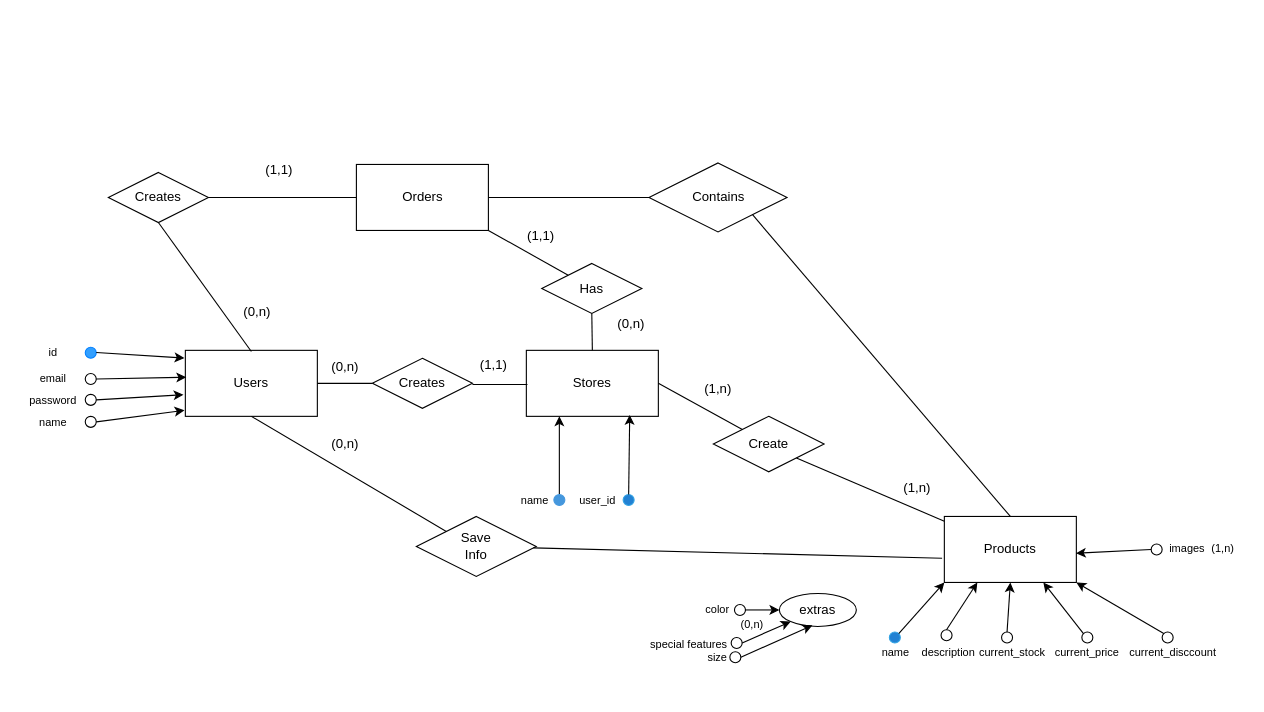
This is Diseño coonceptual Ecommerce.drawio from calamoazul/diagramas-base-datos, a draw.io file, before an edit. Source tidied: cells renumbered, new cells numbered last; positions are measured from the earlier drawing's top-left corner, leaving out a move shared by most shapes. Both pictures are drawn from the tidied source at 110%, with x=0, y=0 at pixel (31, 153).
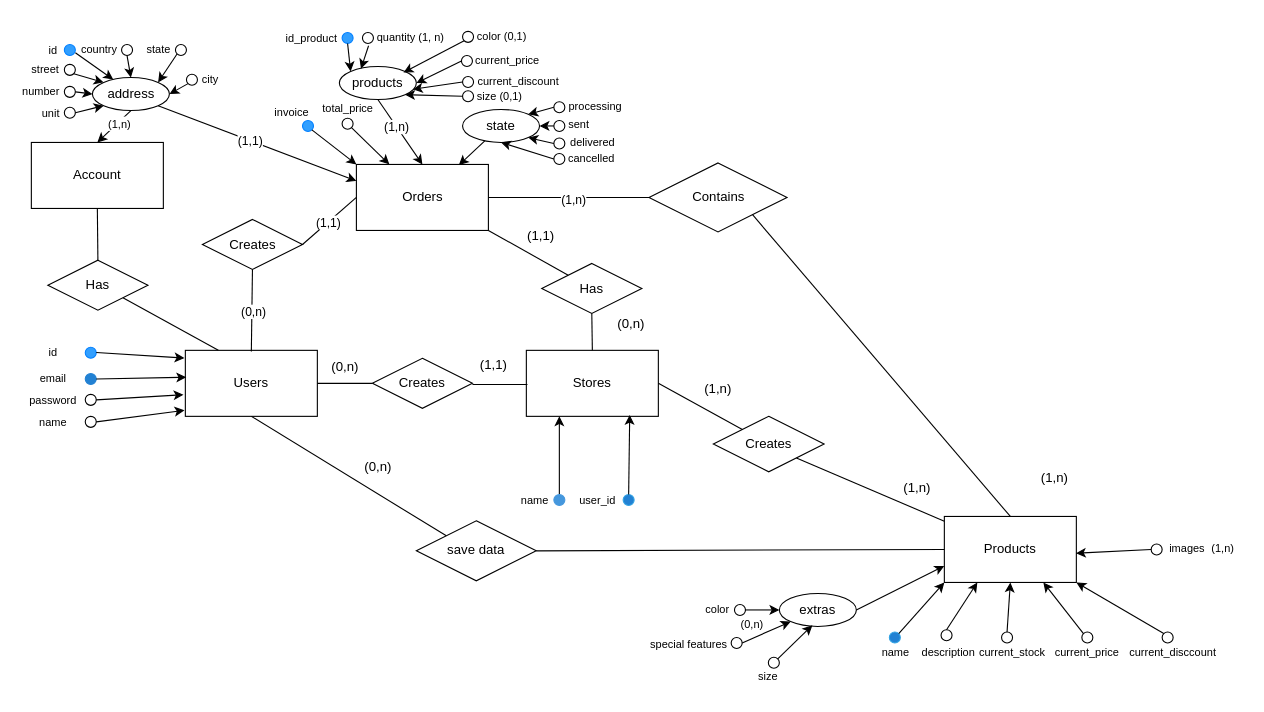
Above is the later version.

The change refers to these unchanged cells:
```xml
<mxCell id="2" value="Users" style="rounded=0;whiteSpace=wrap;html=1;" parent="1" vertex="1">
  <mxGeometry x="140" y="179" width="120" height="60" as="geometry" />
</mxCell>
<mxCell id="13" value="Products" style="rounded=0;whiteSpace=wrap;html=1;" parent="1" vertex="1">
  <mxGeometry x="830" y="330" width="120" height="60" as="geometry" />
</mxCell>
<mxCell id="33" value="Orders" style="rounded=0;whiteSpace=wrap;html=1;" parent="1" vertex="1">
  <mxGeometry x="295.5" y="10" width="120" height="60" as="geometry" />
</mxCell>
<mxCell id="35" style="endArrow=none;html=1;rounded=0;entryX=0;entryY=0.5;entryDx=0;entryDy=0;" parent="1" edge="1" target="34">
  <mxGeometry relative="1" as="geometry">
    <mxPoint x="415.5" y="40" as="sourcePoint" />
  </mxGeometry>
</mxCell>
<mxCell id="40" style="endArrow=none;html=1;rounded=0;entryX=0.5;entryY=1;entryDx=0;entryDy=0;" parent="1" edge="1" target="39">
  <mxGeometry relative="1" as="geometry">
    <mxPoint x="200" y="180" as="sourcePoint" />
  </mxGeometry>
</mxCell>
<mxCell id="41" style="endArrow=none;html=1;rounded=0;exitX=1;exitY=0.5;exitDx=0;exitDy=0;" parent="1" edge="1" source="39">
  <mxGeometry relative="1" as="geometry">
    <mxPoint x="295.5" y="40" as="targetPoint" />
  </mxGeometry>
</mxCell>
<mxCell id="64" value="extras" style="ellipse;whiteSpace=wrap;html=1;" parent="1" vertex="1">
  <mxGeometry x="680" y="400" width="70" height="30" as="geometry" />
</mxCell>
```

What changed in the source:
```diff
@@
-    <mxCell id="3" style="ellipse;whiteSpace=wrap;html=1;" parent="1" vertex="1">
+    <mxCell id="3" style="ellipse;whiteSpace=wrap;html=1;strokeColor=#2281d3;fillColor=#2281d3;" parent="1" vertex="1">
       <mxGeometry x="49" y="200" width="10" height="10" as="geometry" />
     </mxCell>
@@
-    <mxCell id="22" value="Create" style="rhombus;whiteSpace=wrap;html=1;" parent="1" vertex="1">
+    <mxCell id="22" value="Creates" style="rhombus;whiteSpace=wrap;html=1;" parent="1" vertex="1">
       <mxGeometry x="620" y="239" width="100.7" height="50.4" as="geometry" />
     </mxCell>
@@
-    <mxCell id="30" value="Save&lt;div&gt;Info&lt;/div&gt;" style="rhombus;whiteSpace=wrap;html=1;" parent="1" vertex="1">
-      <mxGeometry x="350" y="330" width="109" height="54.5" as="geometry" />
+    <mxCell id="30" value="&lt;div style=&quot;&quot;&gt;&lt;font style=&quot;font-size: 12px;&quot;&gt;save data&lt;/font&gt;&lt;/div&gt;" style="rhombus;whiteSpace=wrap;html=1;" parent="1" vertex="1">
+      <mxGeometry x="350" y="334" width="109" height="54.5" as="geometry" />
     </mxCell>
-    <mxCell id="31" style="endArrow=none;html=1;rounded=0;exitX=0;exitY=0;exitDx=0;exitDy=0;entryX=0.5;entryY=1;entryDx=0;entryDy=0;" parent="1" edge="1" source="30" target="2">
+    <mxCell id="31" style="endArrow=none;html=1;rounded=0;entryX=0.5;entryY=1;entryDx=0;entryDy=0;exitX=0;exitY=0;exitDx=0;exitDy=0;" parent="1" edge="1" source="30" target="2">
       <mxGeometry relative="1" as="geometry" />
     </mxCell>
-    <mxCell id="32" style="endArrow=none;html=1;rounded=0;entryX=-0.017;entryY=0.633;entryDx=0;entryDy=0;entryPerimeter=0;" parent="1" edge="1" source="30" target="13">
+    <mxCell id="32" style="endArrow=none;html=1;rounded=0;entryX=0;entryY=0.5;entryDx=0;entryDy=0;exitX=1;exitY=0.5;exitDx=0;exitDy=0;" parent="1" edge="1" source="30" target="13">
       <mxGeometry relative="1" as="geometry" />
     </mxCell>
@@
+    <mxCell id="81" value="(1,n)" style="edgeLabel;html=1;align=center;verticalAlign=middle;" parent="35" vertex="1">
+      <mxGeometry x="0.05" y="-1" relative="1" as="geometry" />
+    </mxCell>
@@
     <mxCell id="39" value="Creates" style="rhombus;whiteSpace=wrap;html=1;" parent="1" vertex="1">
-      <mxGeometry x="70" y="17.3" width="91" height="45.5" as="geometry" />
+      <mxGeometry x="155.5" y="60" width="91" height="45.5" as="geometry" />
     </mxCell>
@@
+    <mxCell id="42" value="(0,n)" style="edgeLabel;html=1;align=center;verticalAlign=middle;" parent="40" vertex="1">
+      <mxGeometry y="-1" relative="1" as="geometry" />
+    </mxCell>
@@
-    <mxCell id="42" value="(0,n)" style="text;html=1;align=center;verticalAlign=middle;strokeColor=none;fillColor=none;" parent="1" vertex="1">
-      <mxGeometry x="180" y="129" width="50" height="30" as="geometry" />
-    </mxCell>
-    <mxCell id="43" value="(1,1)" style="text;html=1;align=center;verticalAlign=middle;strokeColor=none;fillColor=none;" parent="1" vertex="1">
-      <mxGeometry x="200" width="50" height="30" as="geometry" />
-    </mxCell>
+    <mxCell id="82" value="(1,1)" style="edgeLabel;html=1;align=center;verticalAlign=middle;" parent="41" vertex="1">
+      <mxGeometry x="-0.04" relative="1" as="geometry" />
+    </mxCell>
@@
     <mxCell id="60" value="(0,n)" style="text;html=1;align=center;verticalAlign=middle;strokeColor=none;fillColor=none;" parent="1" vertex="1">
-      <mxGeometry x="260" y="249" width="50" height="30" as="geometry" />
+      <mxGeometry x="290" y="270" width="50" height="30" as="geometry" />
     </mxCell>
@@
     <mxCell id="67" value="&lt;p style=&quot;line-height: 110%; font-size: 10px;&quot;&gt;size&lt;/p&gt;" style="text;html=1;align=center;verticalAlign=middle;whiteSpace=wrap;rounded=0;" parent="1" vertex="1">
-      <mxGeometry x="604.2" y="453" width="40" height="10" as="geometry" />
+      <mxGeometry x="650" y="470" width="40" height="10" as="geometry" />
     </mxCell>
@@
     <mxCell id="70" style="ellipse;whiteSpace=wrap;html=1;fillColor=none;strokeColor=#000000;" parent="1" vertex="1">
-      <mxGeometry x="635" y="453" width="10" height="10" as="geometry" />
+      <mxGeometry x="670" y="458" width="10" height="10" as="geometry" />
     </mxCell>
@@
-    <mxCell id="73" style="endArrow=classic;html=1;rounded=0;exitX=1;exitY=0.5;exitDx=0;exitDy=0;" parent="1" edge="1" source="70">
+    <mxCell id="73" style="endArrow=classic;html=1;rounded=0;exitX=1;exitY=0;exitDx=0;exitDy=0;" parent="1" edge="1" source="70">
       <mxGeometry relative="1" as="geometry">
         <mxPoint x="710" y="429" as="targetPoint" />
       </mxGeometry>
     </mxCell>
@@
+    <mxCell id="83" style="endArrow=classic;html=1;rounded=0;entryX=0;entryY=0.75;entryDx=0;entryDy=0;exitX=1;exitY=0.5;exitDx=0;exitDy=0;" parent="1" edge="1" source="64" target="13">
+      <mxGeometry relative="1" as="geometry" />
+    </mxCell>
+    <mxCell id="84" value="(1,n)" style="text;html=1;align=center;verticalAlign=middle;strokeColor=none;fillColor=none;" parent="1" vertex="1">
+      <mxGeometry x="905" y="280" width="50" height="30" as="geometry" />
+    </mxCell>
+    <mxCell id="85" style="ellipse;whiteSpace=wrap;html=1;fillStyle=solid;fillColor=#319fff;strokeColor=#007FFF;" parent="1" vertex="1">
+      <mxGeometry x="246.5" y="-30" width="10" height="10" as="geometry" />
+    </mxCell>
+    <mxCell id="86" value="&lt;p style=&quot;line-height: 110%; font-size: 10px;&quot;&gt;id&lt;/p&gt;" style="text;html=1;align=center;verticalAlign=middle;whiteSpace=wrap;rounded=0;" parent="1" vertex="1">
+      <mxGeometry y="-99" width="40" height="10" as="geometry" />
+    </mxCell>
+    <mxCell id="87" style="ellipse;whiteSpace=wrap;html=1;" parent="1" vertex="1">
+      <mxGeometry x="282.5" y="-32" width="10" height="10" as="geometry" />
+    </mxCell>
+    <mxCell id="88" value="&lt;p style=&quot;line-height: 110%; font-size: 10px;&quot;&gt;total_price&lt;/p&gt;" style="text;html=1;align=center;verticalAlign=middle;whiteSpace=wrap;rounded=0;" parent="1" vertex="1">
+      <mxGeometry x="267.5" y="-46" width="40" height="10" as="geometry" />
+    </mxCell>
+    <mxCell id="89" style="endArrow=classic;html=1;rounded=0;entryX=0.25;entryY=0;entryDx=0;entryDy=0;exitX=1;exitY=1;exitDx=0;exitDy=0;" parent="1" edge="1" source="87" target="33">
+      <mxGeometry relative="1" as="geometry" />
+    </mxCell>
+    <mxCell id="90" style="endArrow=classic;html=1;rounded=0;entryX=0;entryY=0;entryDx=0;entryDy=0;exitX=1;exitY=1;exitDx=0;exitDy=0;" parent="1" edge="1" source="85" target="33">
+      <mxGeometry relative="1" as="geometry" />
+    </mxCell>
+    <mxCell id="91" value="products" style="ellipse;whiteSpace=wrap;html=1;" parent="1" vertex="1">
+      <mxGeometry x="280" y="-79" width="70" height="30" as="geometry" />
+    </mxCell>
+    <mxCell id="92" style="endArrow=classic;html=1;rounded=0;entryX=0.5;entryY=0;entryDx=0;entryDy=0;exitX=0.5;exitY=1;exitDx=0;exitDy=0;" parent="1" edge="1" source="91" target="33">
+      <mxGeometry relative="1" as="geometry" />
+    </mxCell>
+    <mxCell id="93" value="(1,n)" style="edgeLabel;html=1;align=center;verticalAlign=middle;" parent="92" vertex="1">
+      <mxGeometry x="-0.15" relative="1" as="geometry" />
+    </mxCell>
+    <mxCell id="94" style="ellipse;whiteSpace=wrap;html=1;fillStyle=solid;fillColor=#319fff;strokeColor=#007FFF;" parent="1" vertex="1">
+      <mxGeometry x="282.5" y="-110" width="10" height="10" as="geometry" />
+    </mxCell>
+    <mxCell id="95" value="&lt;p style=&quot;line-height: 110%; font-size: 10px;&quot;&gt;id_product&lt;/p&gt;" style="text;html=1;align=center;verticalAlign=middle;whiteSpace=wrap;rounded=0;" parent="1" vertex="1">
+      <mxGeometry x="235" y="-110" width="40" height="10" as="geometry" />
+    </mxCell>
+    <mxCell id="96" style="endArrow=classic;html=1;rounded=0;entryX=0;entryY=0;entryDx=0;entryDy=0;exitX=0.5;exitY=1;exitDx=0;exitDy=0;" parent="1" edge="1" source="94" target="91">
+      <mxGeometry relative="1" as="geometry" />
+    </mxCell>
+    <mxCell id="97" style="ellipse;whiteSpace=wrap;html=1;" parent="1" vertex="1">
+      <mxGeometry x="301" y="-110" width="10" height="10" as="geometry" />
+    </mxCell>
+    <mxCell id="98" value="&lt;p style=&quot;line-height: 110%; font-size: 10px;&quot;&gt;quantity (1, n)&lt;/p&gt;" style="text;html=1;align=center;verticalAlign=middle;whiteSpace=wrap;rounded=0;" parent="1" vertex="1">
+      <mxGeometry x="302" y="-111" width="86" height="10" as="geometry" />
+    </mxCell>
+    <mxCell id="99" style="endArrow=classic;html=1;rounded=0;entryX=0.281;entryY=0.067;entryDx=0;entryDy=0;exitX=0.555;exitY=1.208;exitDx=0;exitDy=0;exitPerimeter=0;entryPerimeter=0;" parent="1" edge="1" source="97" target="91">
+      <mxGeometry relative="1" as="geometry" />
+    </mxCell>
+    <mxCell id="100" value="&lt;p style=&quot;line-height: 110%; font-size: 10px;&quot;&gt;color (0,1)&lt;/p&gt;" style="text;html=1;align=center;verticalAlign=middle;whiteSpace=wrap;rounded=0;" parent="1" vertex="1">
+      <mxGeometry x="393" y="-112" width="70" height="10" as="geometry" />
+    </mxCell>
+    <mxCell id="101" style="endArrow=classic;html=1;rounded=0;entryX=0.833;entryY=0.182;entryDx=0;entryDy=0;entryPerimeter=0;exitX=0;exitY=1;exitDx=0;exitDy=0;" parent="1" edge="1" source="102" target="91">
+      <mxGeometry relative="1" as="geometry" />
+    </mxCell>
+    <mxCell id="102" style="ellipse;whiteSpace=wrap;html=1;" parent="1" vertex="1">
+      <mxGeometry x="392" y="-111" width="10" height="10" as="geometry" />
+    </mxCell>
+    <mxCell id="103" value="&lt;p style=&quot;line-height: 110%; font-size: 10px;&quot;&gt;size (0,1)&lt;/p&gt;" style="text;html=1;align=center;verticalAlign=middle;whiteSpace=wrap;rounded=0;" parent="1" vertex="1">
+      <mxGeometry x="391" y="-57" width="70" height="10" as="geometry" />
+    </mxCell>
+    <mxCell id="104" style="ellipse;whiteSpace=wrap;html=1;" parent="1" vertex="1">
+      <mxGeometry x="392" y="-57" width="10" height="10" as="geometry" />
+    </mxCell>
+    <mxCell id="105" style="endArrow=classic;html=1;rounded=0;entryX=1;entryY=1;entryDx=0;entryDy=0;exitX=0;exitY=0.5;exitDx=0;exitDy=0;" parent="1" edge="1" source="104" target="91">
+      <mxGeometry relative="1" as="geometry" />
+    </mxCell>
+    <mxCell id="106" value="&lt;p style=&quot;line-height: 110%; font-size: 10px;&quot;&gt;current_price&lt;/p&gt;" style="text;html=1;align=center;verticalAlign=middle;whiteSpace=wrap;rounded=0;" parent="1" vertex="1">
+      <mxGeometry x="398" y="-90" width="70" height="10" as="geometry" />
+    </mxCell>
+    <mxCell id="107" style="ellipse;whiteSpace=wrap;html=1;" parent="1" vertex="1">
+      <mxGeometry x="391" y="-89" width="10" height="10" as="geometry" />
+    </mxCell>
+    <mxCell id="108" style="endArrow=classic;html=1;rounded=0;entryX=1;entryY=0.5;entryDx=0;entryDy=0;exitX=0;exitY=0.5;exitDx=0;exitDy=0;" parent="1" edge="1" source="107" target="91">
+      <mxGeometry relative="1" as="geometry" />
+    </mxCell>
+    <mxCell id="109" value="&lt;p style=&quot;line-height: 110%; font-size: 10px;&quot;&gt;current_discount&lt;/p&gt;" style="text;html=1;align=center;verticalAlign=middle;whiteSpace=wrap;rounded=0;" parent="1" vertex="1">
+      <mxGeometry x="408" y="-71" width="70" height="10" as="geometry" />
+    </mxCell>
+    <mxCell id="110" style="endArrow=classic;html=1;rounded=0;entryX=0.954;entryY=0.691;entryDx=0;entryDy=0;entryPerimeter=0;exitX=0;exitY=0.5;exitDx=0;exitDy=0;" parent="1" edge="1" source="111" target="91">
+      <mxGeometry relative="1" as="geometry" />
+    </mxCell>
+    <mxCell id="111" style="ellipse;whiteSpace=wrap;html=1;" parent="1" vertex="1">
+      <mxGeometry x="392" y="-70" width="10" height="10" as="geometry" />
+    </mxCell>
+    <mxCell id="112" value="address" style="ellipse;whiteSpace=wrap;html=1;" parent="1" vertex="1">
+      <mxGeometry x="55.5" y="-69" width="70" height="30" as="geometry" />
+    </mxCell>
+    <mxCell id="113" style="endArrow=classic;html=1;rounded=0;entryX=0;entryY=0.25;entryDx=0;entryDy=0;exitX=1;exitY=1;exitDx=0;exitDy=0;" parent="1" edge="1" source="112" target="33">
+      <mxGeometry relative="1" as="geometry" />
+    </mxCell>
+    <mxCell id="114" value="(1,1)" style="edgeLabel;html=1;align=center;verticalAlign=middle;" parent="113" vertex="1">
+      <mxGeometry x="-0.08" relative="1" as="geometry" />
+    </mxCell>
+    <mxCell id="115" value="Account" style="rounded=0;whiteSpace=wrap;html=1;" parent="1" vertex="1">
+      <mxGeometry y="-10" width="120" height="60" as="geometry" />
+    </mxCell>
+    <mxCell id="116" value="Has" style="rhombus;whiteSpace=wrap;html=1;" parent="1" vertex="1">
+      <mxGeometry x="15" y="97" width="91" height="45.5" as="geometry" />
+    </mxCell>
+    <mxCell id="117" style="endArrow=none;html=1;rounded=0;exitX=0.25;exitY=0;exitDx=0;exitDy=0;entryX=1;entryY=1;entryDx=0;entryDy=0;" parent="1" edge="1" source="2" target="116">
+      <mxGeometry relative="1" as="geometry" />
+    </mxCell>
+    <mxCell id="118" style="endArrow=none;html=1;rounded=0;entryX=0.5;entryY=1;entryDx=0;entryDy=0;exitX=0.5;exitY=0;exitDx=0;exitDy=0;" parent="1" edge="1" source="116" target="115">
+      <mxGeometry relative="1" as="geometry" />
+    </mxCell>
+    <mxCell id="119" value="state" style="ellipse;whiteSpace=wrap;html=1;" parent="1" vertex="1">
+      <mxGeometry x="392" y="-40" width="70" height="30" as="geometry" />
+    </mxCell>
+    <mxCell id="120" style="endArrow=classic;html=1;rounded=0;entryX=0.776;entryY=0.01;entryDx=0;entryDy=0;entryPerimeter=0;" parent="1" edge="1" source="119" target="33">
+      <mxGeometry relative="1" as="geometry" />
+    </mxCell>
+    <mxCell id="121" style="ellipse;whiteSpace=wrap;html=1;" parent="1" vertex="1">
+      <mxGeometry x="475" y="-47" width="10" height="10" as="geometry" />
+    </mxCell>
+    <mxCell id="122" style="ellipse;whiteSpace=wrap;html=1;" parent="1" vertex="1">
+      <mxGeometry x="475" y="-30" width="10" height="10" as="geometry" />
+    </mxCell>
+    <mxCell id="123" style="ellipse;whiteSpace=wrap;html=1;" parent="1" vertex="1">
+      <mxGeometry x="475" y="-14" width="10" height="10" as="geometry" />
+    </mxCell>
+    <mxCell id="124" style="ellipse;whiteSpace=wrap;html=1;" parent="1" vertex="1">
+      <mxGeometry x="475" width="10" height="10" as="geometry" />
+    </mxCell>
+    <mxCell id="125" value="&lt;p style=&quot;line-height: 110%; font-size: 10px;&quot;&gt;processing&lt;/p&gt;" style="text;html=1;align=center;verticalAlign=middle;whiteSpace=wrap;rounded=0;" parent="1" vertex="1">
+      <mxGeometry x="477.5" y="-48" width="70" height="10" as="geometry" />
+    </mxCell>
+    <mxCell id="126" value="&lt;p style=&quot;line-height: 110%; font-size: 10px;&quot;&gt;sent&lt;/p&gt;" style="text;html=1;align=center;verticalAlign=middle;whiteSpace=wrap;rounded=0;" parent="1" vertex="1">
+      <mxGeometry x="483" y="-32" width="30" height="10" as="geometry" />
+    </mxCell>
+    <mxCell id="127" value="&lt;p style=&quot;line-height: 110%; font-size: 10px;&quot;&gt;delivered&lt;/p&gt;" style="text;html=1;align=center;verticalAlign=middle;whiteSpace=wrap;rounded=0;" parent="1" vertex="1">
+      <mxGeometry x="483.5" y="-15" width="52.5" height="10" as="geometry" />
+    </mxCell>
+    <mxCell id="128" value="&lt;p style=&quot;line-height: 110%; font-size: 10px;&quot;&gt;cancelled&lt;/p&gt;" style="text;html=1;align=center;verticalAlign=middle;whiteSpace=wrap;rounded=0;" parent="1" vertex="1">
+      <mxGeometry x="483" y="-1" width="52.5" height="10" as="geometry" />
+    </mxCell>
+    <mxCell id="129" style="endArrow=classic;html=1;rounded=0;exitX=0;exitY=0.5;exitDx=0;exitDy=0;entryX=1;entryY=0;entryDx=0;entryDy=0;" parent="1" edge="1" source="121" target="119">
+      <mxGeometry relative="1" as="geometry" />
+    </mxCell>
+    <mxCell id="130" style="endArrow=classic;html=1;rounded=0;exitX=0;exitY=0.5;exitDx=0;exitDy=0;entryX=1;entryY=0.5;entryDx=0;entryDy=0;" parent="1" edge="1" source="122" target="119">
+      <mxGeometry relative="1" as="geometry" />
+    </mxCell>
+    <mxCell id="131" style="endArrow=classic;html=1;rounded=0;exitX=0;exitY=0.5;exitDx=0;exitDy=0;entryX=1;entryY=1;entryDx=0;entryDy=0;" parent="1" edge="1" source="123" target="119">
+      <mxGeometry relative="1" as="geometry" />
+    </mxCell>
+    <mxCell id="132" style="endArrow=classic;html=1;rounded=0;exitX=0;exitY=0.5;exitDx=0;exitDy=0;entryX=0.5;entryY=1;entryDx=0;entryDy=0;" parent="1" edge="1" source="124" target="119">
+      <mxGeometry relative="1" as="geometry" />
+    </mxCell>
+    <mxCell id="133" style="ellipse;whiteSpace=wrap;html=1;fillStyle=solid;fillColor=#319fff;strokeColor=#007FFF;" parent="1" vertex="1">
+      <mxGeometry x="30" y="-99" width="10" height="10" as="geometry" />
+    </mxCell>
+    <mxCell id="134" value="&lt;p style=&quot;line-height: 110%; font-size: 10px;&quot;&gt;invoice&lt;/p&gt;" style="text;html=1;align=center;verticalAlign=middle;whiteSpace=wrap;rounded=0;" parent="1" vertex="1">
+      <mxGeometry x="216.5" y="-43" width="40" height="10" as="geometry" />
+    </mxCell>
+    <mxCell id="135" value="&lt;p style=&quot;line-height: 110%; font-size: 10px;&quot;&gt;street&lt;/p&gt;" style="text;html=1;align=center;verticalAlign=middle;whiteSpace=wrap;rounded=0;" parent="1" vertex="1">
+      <mxGeometry x="-7" y="-82" width="40" height="10" as="geometry" />
+    </mxCell>
+    <mxCell id="136" style="ellipse;whiteSpace=wrap;html=1;" parent="1" vertex="1">
+      <mxGeometry x="30" y="-81" width="10" height="10" as="geometry" />
+    </mxCell>
+    <mxCell id="137" style="ellipse;whiteSpace=wrap;html=1;" parent="1" vertex="1">
+      <mxGeometry x="30" y="-61" width="10" height="10" as="geometry" />
+    </mxCell>
+    <mxCell id="138" value="&lt;p style=&quot;line-height: 110%; font-size: 10px;&quot;&gt;number&lt;/p&gt;" style="text;html=1;align=center;verticalAlign=middle;whiteSpace=wrap;rounded=0;" parent="1" vertex="1">
+      <mxGeometry x="-11" y="-62" width="40" height="10" as="geometry" />
+    </mxCell>
+    <mxCell id="139" style="ellipse;whiteSpace=wrap;html=1;" parent="1" vertex="1">
+      <mxGeometry x="30" y="-42" width="10" height="10" as="geometry" />
+    </mxCell>
+    <mxCell id="140" value="&lt;p style=&quot;line-height: 110%; font-size: 10px;&quot;&gt;unit&lt;/p&gt;" style="text;html=1;align=center;verticalAlign=middle;whiteSpace=wrap;rounded=0;" parent="1" vertex="1">
+      <mxGeometry x="-2" y="-42" width="40" height="10" as="geometry" />
+    </mxCell>
+    <mxCell id="141" style="ellipse;whiteSpace=wrap;html=1;" parent="1" vertex="1">
+      <mxGeometry x="82" y="-99" width="10" height="10" as="geometry" />
+    </mxCell>
+    <mxCell id="142" value="&lt;p style=&quot;line-height: 110%; font-size: 10px;&quot;&gt;country&lt;/p&gt;" style="text;html=1;align=center;verticalAlign=middle;whiteSpace=wrap;rounded=0;" parent="1" vertex="1">
+      <mxGeometry x="42" y="-100" width="40" height="10" as="geometry" />
+    </mxCell>
+    <mxCell id="143" style="ellipse;whiteSpace=wrap;html=1;" parent="1" vertex="1">
+      <mxGeometry x="131" y="-99" width="10" height="10" as="geometry" />
+    </mxCell>
+    <mxCell id="144" value="&lt;p style=&quot;line-height: 110%; font-size: 10px;&quot;&gt;state&lt;/p&gt;" style="text;html=1;align=center;verticalAlign=middle;whiteSpace=wrap;rounded=0;" parent="1" vertex="1">
+      <mxGeometry x="96" y="-100" width="40" height="10" as="geometry" />
+    </mxCell>
+    <mxCell id="145" style="ellipse;whiteSpace=wrap;html=1;" parent="1" vertex="1">
+      <mxGeometry x="141" y="-72" width="10" height="10" as="geometry" />
+    </mxCell>
+    <mxCell id="146" value="&lt;p style=&quot;line-height: 110%; font-size: 10px;&quot;&gt;city&lt;/p&gt;" style="text;html=1;align=center;verticalAlign=middle;whiteSpace=wrap;rounded=0;" parent="1" vertex="1">
+      <mxGeometry x="143" y="-73" width="40" height="10" as="geometry" />
+    </mxCell>
+    <mxCell id="147" style="endArrow=classic;html=1;rounded=0;exitX=0;exitY=1;exitDx=0;exitDy=0;entryX=1;entryY=0.5;entryDx=0;entryDy=0;" parent="1" edge="1" source="145" target="112">
+      <mxGeometry relative="1" as="geometry" />
+    </mxCell>
+    <mxCell id="148" style="endArrow=classic;html=1;rounded=0;exitX=0;exitY=1;exitDx=0;exitDy=0;entryX=1;entryY=0;entryDx=0;entryDy=0;" parent="1" edge="1" source="143" target="112">
+      <mxGeometry relative="1" as="geometry" />
+    </mxCell>
+    <mxCell id="149" style="endArrow=classic;html=1;rounded=0;exitX=0.5;exitY=1;exitDx=0;exitDy=0;entryX=0.5;entryY=0;entryDx=0;entryDy=0;" parent="1" edge="1" source="141" target="112">
+      <mxGeometry relative="1" as="geometry" />
+    </mxCell>
+    <mxCell id="150" style="endArrow=classic;html=1;rounded=0;exitX=1;exitY=0.75;exitDx=0;exitDy=0;entryX=0.271;entryY=0.059;entryDx=0;entryDy=0;entryPerimeter=0;" parent="1" edge="1" source="86" target="112">
+      <mxGeometry relative="1" as="geometry" />
+    </mxCell>
+    <mxCell id="151" style="endArrow=classic;html=1;rounded=0;exitX=1;exitY=1;exitDx=0;exitDy=0;entryX=0;entryY=0;entryDx=0;entryDy=0;" parent="1" edge="1" source="136" target="112">
+      <mxGeometry relative="1" as="geometry" />
+    </mxCell>
+    <mxCell id="152" style="endArrow=classic;html=1;rounded=0;exitX=1;exitY=0.5;exitDx=0;exitDy=0;entryX=0;entryY=0.5;entryDx=0;entryDy=0;" parent="1" edge="1" source="137" target="112">
+      <mxGeometry relative="1" as="geometry" />
+    </mxCell>
+    <mxCell id="153" style="endArrow=classic;html=1;rounded=0;exitX=1;exitY=0.5;exitDx=0;exitDy=0;entryX=0;entryY=1;entryDx=0;entryDy=0;" parent="1" edge="1" source="139" target="112">
+      <mxGeometry relative="1" as="geometry" />
+    </mxCell>
+    <mxCell id="154" style="endArrow=classic;html=1;rounded=0;exitX=0.5;exitY=1;exitDx=0;exitDy=0;entryX=0.5;entryY=0;entryDx=0;entryDy=0;" parent="1" edge="1" source="112" target="115">
+      <mxGeometry relative="1" as="geometry" />
+    </mxCell>
+    <mxCell id="155" value="&lt;font style=&quot;font-size: 10px;&quot;&gt;(1,n)&lt;/font&gt;" style="edgeLabel;html=1;align=center;verticalAlign=middle;" parent="154" vertex="1">
+      <mxGeometry x="-0.25" y="1" relative="1" as="geometry" />
+    </mxCell>
```
